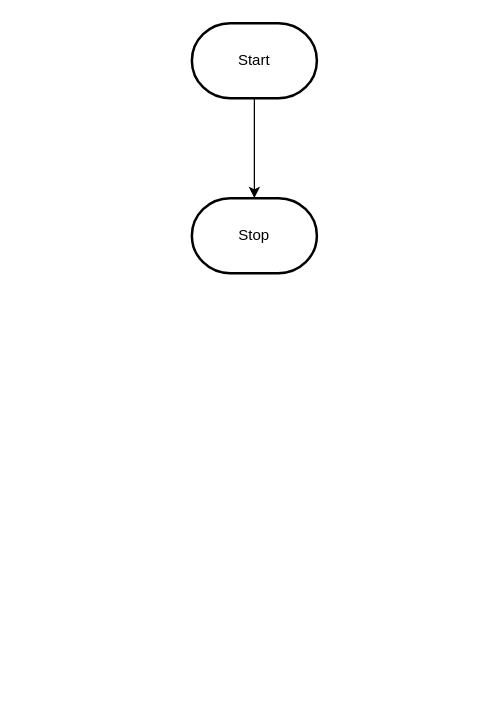
MTHS-ICD2O-1-2023/ICD2O-Assignment-05-pablo-fiallos-granados keeps this draw.io diagram as design/flowchart.drawio. Above is the earlier version. Source tidied: cells renumbered, new cells numbered last; positions are measured from the earlier drawing's top-left corner, leaving out a move shared by most shapes. Both pictures are drawn from the tidied source at 125%, with x=0, y=0 at pixel (191, 22).
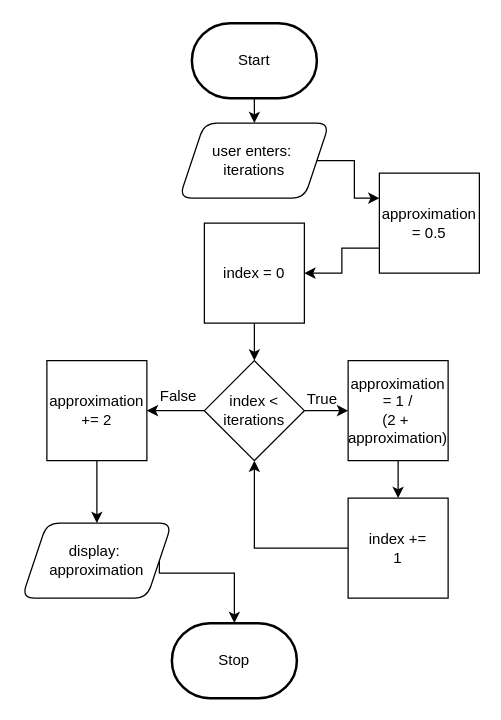
After the change.

Unchanged cells that the change refers to:
```xml
<mxCell id="3" value="Start" style="strokeWidth=2;html=1;shape=mxgraph.flowchart.terminator;whiteSpace=wrap;" parent="1" vertex="1">
  <mxGeometry width="100" height="60" as="geometry" />
</mxCell>
```

What changed in the source:
```diff
@@
-    <mxCell id="2" style="edgeStyle=orthogonalEdgeStyle;html=1;rounded=0;" parent="1" edge="1" source="3" target="4">
-      <mxGeometry relative="1" as="geometry" />
-    </mxCell>
+    <mxCell id="5" style="edgeStyle=orthogonalEdgeStyle;html=1;exitX=0.5;exitY=1;exitDx=0;exitDy=0;exitPerimeter=0;entryX=0.5;entryY=0;entryDx=0;entryDy=0;rounded=0;" parent="1" edge="1" source="3" target="7">
+      <mxGeometry relative="1" as="geometry" />
+    </mxCell>
@@
     <mxCell id="4" value="Stop" style="strokeWidth=2;html=1;shape=mxgraph.flowchart.terminator;whiteSpace=wrap;" parent="1" vertex="1">
-      <mxGeometry y="140" width="100" height="60" as="geometry" />
+      <mxGeometry x="-16" y="480" width="100" height="60" as="geometry" />
     </mxCell>
+    <mxCell id="6" style="edgeStyle=orthogonalEdgeStyle;rounded=0;html=1;exitX=1;exitY=0.5;exitDx=0;exitDy=0;entryX=0;entryY=0.25;entryDx=0;entryDy=0;" parent="1" edge="1" source="7" target="17">
+      <mxGeometry relative="1" as="geometry" />
+    </mxCell>
+    <mxCell id="7" value="user enters:&amp;nbsp;&lt;br&gt;iterations" style="shape=parallelogram;perimeter=parallelogramPerimeter;whiteSpace=wrap;html=1;fixedSize=1;rounded=1;" parent="1" vertex="1">
+      <mxGeometry x="-10" y="80" width="120" height="60" as="geometry" />
+    </mxCell>
+    <mxCell id="8" style="edgeStyle=orthogonalEdgeStyle;rounded=0;html=1;exitX=0.5;exitY=1;exitDx=0;exitDy=0;entryX=0.5;entryY=0;entryDx=0;entryDy=0;" parent="1" edge="1" source="9" target="12">
+      <mxGeometry relative="1" as="geometry" />
+    </mxCell>
+    <mxCell id="9" value="index = 0" style="whiteSpace=wrap;html=1;rounded=0;" parent="1" vertex="1">
+      <mxGeometry x="10" y="160" width="80" height="80" as="geometry" />
+    </mxCell>
+    <mxCell id="10" style="edgeStyle=orthogonalEdgeStyle;rounded=0;html=1;exitX=1;exitY=0.5;exitDx=0;exitDy=0;entryX=0;entryY=0.5;entryDx=0;entryDy=0;" parent="1" edge="1" source="12" target="15">
+      <mxGeometry relative="1" as="geometry" />
+    </mxCell>
+    <mxCell id="11" style="edgeStyle=orthogonalEdgeStyle;rounded=0;html=1;exitX=0;exitY=0.5;exitDx=0;exitDy=0;entryX=1;entryY=0.5;entryDx=0;entryDy=0;" parent="1" edge="1" source="12" target="22">
+      <mxGeometry relative="1" as="geometry" />
+    </mxCell>
+    <mxCell id="12" value="index &amp;lt;&lt;br&gt;iterations" style="rhombus;whiteSpace=wrap;html=1;rounded=0;" parent="1" vertex="1">
+      <mxGeometry x="10" y="270" width="80" height="80" as="geometry" />
+    </mxCell>
+    <mxCell id="13" value="True" style="text;html=1;align=center;verticalAlign=middle;strokeColor=none;fillColor=none;" parent="1" vertex="1">
+      <mxGeometry x="79" y="286" width="50" height="30" as="geometry" />
+    </mxCell>
+    <mxCell id="14" style="edgeStyle=orthogonalEdgeStyle;rounded=0;html=1;exitX=0.5;exitY=1;exitDx=0;exitDy=0;entryX=0.5;entryY=0;entryDx=0;entryDy=0;" parent="1" edge="1" source="15" target="19">
+      <mxGeometry relative="1" as="geometry" />
+    </mxCell>
+    <mxCell id="15" value="approximation&lt;br&gt;= 1 /&lt;br&gt;(2 +&amp;nbsp;&lt;br&gt;approximation)" style="whiteSpace=wrap;html=1;rounded=0;" parent="1" vertex="1">
+      <mxGeometry x="125" y="270" width="80" height="80" as="geometry" />
+    </mxCell>
+    <mxCell id="16" style="edgeStyle=orthogonalEdgeStyle;rounded=0;html=1;exitX=0;exitY=0.75;exitDx=0;exitDy=0;entryX=1;entryY=0.5;entryDx=0;entryDy=0;" parent="1" edge="1" source="17" target="9">
+      <mxGeometry relative="1" as="geometry" />
+    </mxCell>
+    <mxCell id="17" value="approximation&lt;br&gt;= 0.5" style="whiteSpace=wrap;html=1;rounded=0;" parent="1" vertex="1">
+      <mxGeometry x="150" y="120" width="80" height="80" as="geometry" />
+    </mxCell>
+    <mxCell id="18" style="edgeStyle=orthogonalEdgeStyle;rounded=0;html=1;exitX=0;exitY=0.5;exitDx=0;exitDy=0;entryX=0.5;entryY=1;entryDx=0;entryDy=0;" parent="1" edge="1" source="19" target="12">
+      <mxGeometry relative="1" as="geometry" />
+    </mxCell>
+    <mxCell id="19" value="index +=&lt;br style=&quot;border-color: var(--border-color);&quot;&gt;1" style="whiteSpace=wrap;html=1;rounded=0;" parent="1" vertex="1">
+      <mxGeometry x="125" y="380" width="80" height="80" as="geometry" />
+    </mxCell>
+    <mxCell id="20" value="False" style="text;html=1;align=center;verticalAlign=middle;strokeColor=none;fillColor=none;" parent="1" vertex="1">
+      <mxGeometry x="-36" y="284" width="50" height="30" as="geometry" />
+    </mxCell>
+    <mxCell id="21" style="edgeStyle=orthogonalEdgeStyle;rounded=0;html=1;exitX=0.5;exitY=1;exitDx=0;exitDy=0;entryX=0.5;entryY=0;entryDx=0;entryDy=0;" parent="1" edge="1" source="22" target="24">
+      <mxGeometry relative="1" as="geometry" />
+    </mxCell>
+    <mxCell id="22" value="approximation&lt;br&gt;+= 2" style="whiteSpace=wrap;html=1;rounded=0;" parent="1" vertex="1">
+      <mxGeometry x="-116" y="270" width="80" height="80" as="geometry" />
+    </mxCell>
+    <mxCell id="23" style="edgeStyle=orthogonalEdgeStyle;rounded=0;html=1;exitX=1;exitY=0.5;exitDx=0;exitDy=0;entryX=0.5;entryY=0;entryDx=0;entryDy=0;entryPerimeter=0;" parent="1" edge="1" source="24" target="4">
+      <mxGeometry relative="1" as="geometry">
+        <Array as="points">
+          <mxPoint x="-26" y="440" />
+          <mxPoint x="34" y="440" />
+        </Array>
+      </mxGeometry>
+    </mxCell>
+    <mxCell id="24" value="display:&amp;nbsp;&lt;br&gt;approximation" style="shape=parallelogram;perimeter=parallelogramPerimeter;whiteSpace=wrap;html=1;fixedSize=1;rounded=1;" parent="1" vertex="1">
+      <mxGeometry x="-136" y="400" width="120" height="60" as="geometry" />
+    </mxCell>
```
